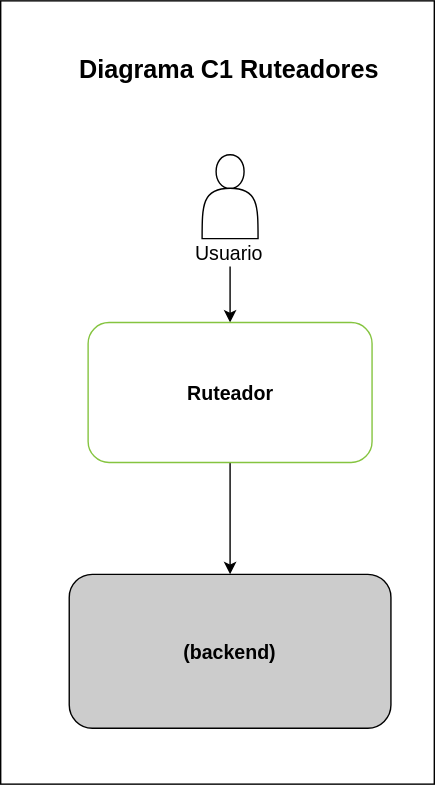
The draw.io diagram Diagrama C1 Ruteador.svg in dani99m/Diagramas, before a commit. Source tidied: cells renumbered, new cells last; positions are measured from the earlier drawing's top-left corner, leaving out a move shared by most shapes.
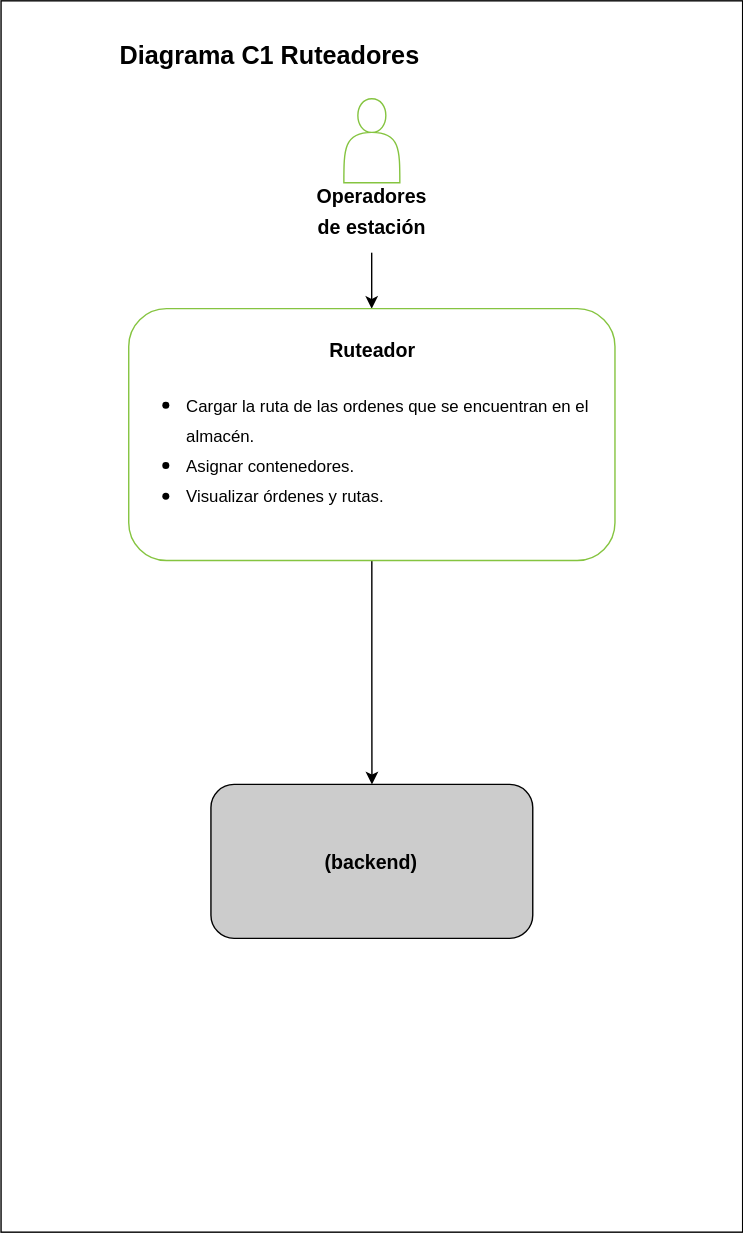
Later version of the same file.

What changed in the source:
```diff
@@ -3,31 +3,31 @@
     <mxCell id="0" />
     <mxCell id="1" parent="0" />
     <mxCell id="2" style="rounded=0;whiteSpace=wrap;html=1;fontSize=18;" parent="1" vertex="1">
-      <mxGeometry width="310" height="560" as="geometry" />
+      <mxGeometry x="-28.8" y="10" width="530" height="880" as="geometry" />
     </mxCell>
-    <mxCell id="3" style="shape=actor;whiteSpace=wrap;html=1;" parent="1" vertex="1">
-      <mxGeometry x="144" y="110" width="40" height="60" as="geometry" />
+    <mxCell id="3" style="shape=actor;whiteSpace=wrap;html=1;strokeColor=#85C440;" parent="1" vertex="1">
+      <mxGeometry x="216.2" y="80" width="40" height="60" as="geometry" />
     </mxCell>
     <mxCell id="4" style="endArrow=classic;html=1;rounded=0;" parent="1" edge="1">
       <mxGeometry relative="1" as="geometry">
-        <mxPoint x="164" y="190" as="sourcePoint" />
-        <mxPoint x="164" y="230" as="targetPoint" />
+        <mxPoint x="236.1" y="190" as="sourcePoint" />
+        <mxPoint x="236.1" y="230" as="targetPoint" />
       </mxGeometry>
     </mxCell>
     <mxCell id="5" value="&lt;b&gt;&lt;font style=&quot;font-size: 18px;&quot;&gt;Diagrama C1 Ruteadores&lt;/font&gt;&lt;/b&gt;" style="text;html=1;align=center;verticalAlign=middle;strokeColor=none;fillColor=none;" parent="1" vertex="1">
       <mxGeometry x="43" y="30" width="240" height="40" as="geometry" />
     </mxCell>
     <mxCell id="6" value="&lt;font style=&quot;font-size: 14px;&quot;&gt;&lt;b&gt;(backend)&lt;br&gt;&lt;/b&gt;&lt;/font&gt;" style="rounded=1;whiteSpace=wrap;html=1;fontSize=18;fillColor=#CCCCCC;" parent="1" vertex="1">
-      <mxGeometry x="49" y="410" width="230" height="110" as="geometry" />
+      <mxGeometry x="121.2" y="570" width="230" height="110" as="geometry" />
     </mxCell>
     <mxCell id="7" style="edgeStyle=orthogonalEdgeStyle;rounded=0;jettySize=auto;html=1;fontSize=18;" parent="1" edge="1" source="8" target="6">
       <mxGeometry relative="1" as="geometry" />
     </mxCell>
-    <mxCell id="8" value="&lt;font style=&quot;&quot;&gt;&lt;span style=&quot;font-size: 14px;&quot;&gt;&lt;b&gt;Ruteador&lt;br&gt;&lt;/b&gt;&lt;/span&gt;&lt;/font&gt;" style="rounded=1;whiteSpace=wrap;html=1;fontSize=18;strokeColor=#85C440;" parent="1" vertex="1">
-      <mxGeometry x="62.5" y="230" width="203" height="100" as="geometry" />
+    <mxCell id="8" value="&lt;font style=&quot;&quot;&gt;&lt;span style=&quot;font-weight: bold; font-size: 14px;&quot;&gt;Ruteador&lt;br&gt;&lt;/span&gt;&lt;div style=&quot;text-align: left;&quot;&gt;&lt;ul&gt;&lt;li&gt;&lt;span style=&quot;font-size: 12px; background-color: initial;&quot;&gt;Cargar la ruta de las ordenes que se encuentran en el almacén.&lt;/span&gt;&lt;/li&gt;&lt;li&gt;&lt;font style=&quot;font-size: 12px;&quot;&gt;Asignar contenedores.&lt;/font&gt;&lt;/li&gt;&lt;li&gt;&lt;font style=&quot;font-size: 12px;&quot;&gt;Visualizar órdenes y rutas.&lt;/font&gt;&lt;/li&gt;&lt;/ul&gt;&lt;/div&gt;&lt;/font&gt;" style="rounded=1;whiteSpace=wrap;html=1;fontSize=18;strokeColor=#85C440;" parent="1" vertex="1">
+      <mxGeometry x="62.5" y="230" width="347.5" height="180" as="geometry" />
     </mxCell>
-    <mxCell id="9" value="&lt;font style=&quot;font-size: 14px;&quot;&gt;Usuario&lt;/font&gt;" style="text;html=1;align=center;verticalAlign=middle;strokeColor=none;fillColor=none;fontSize=18;" parent="1" vertex="1">
-      <mxGeometry x="128" y="160" width="70" height="40" as="geometry" />
+    <mxCell id="9" value="&lt;font style=&quot;font-size: 14px;&quot;&gt;&lt;b&gt;Operadores &lt;br&gt;de estación&lt;/b&gt;&lt;/font&gt;" style="text;html=1;align=center;verticalAlign=middle;strokeColor=none;fillColor=none;fontSize=18;" parent="1" vertex="1">
+      <mxGeometry x="186.2" y="130" width="100" height="60" as="geometry" />
     </mxCell>
   </root>
 </mxGraphModel>
```
